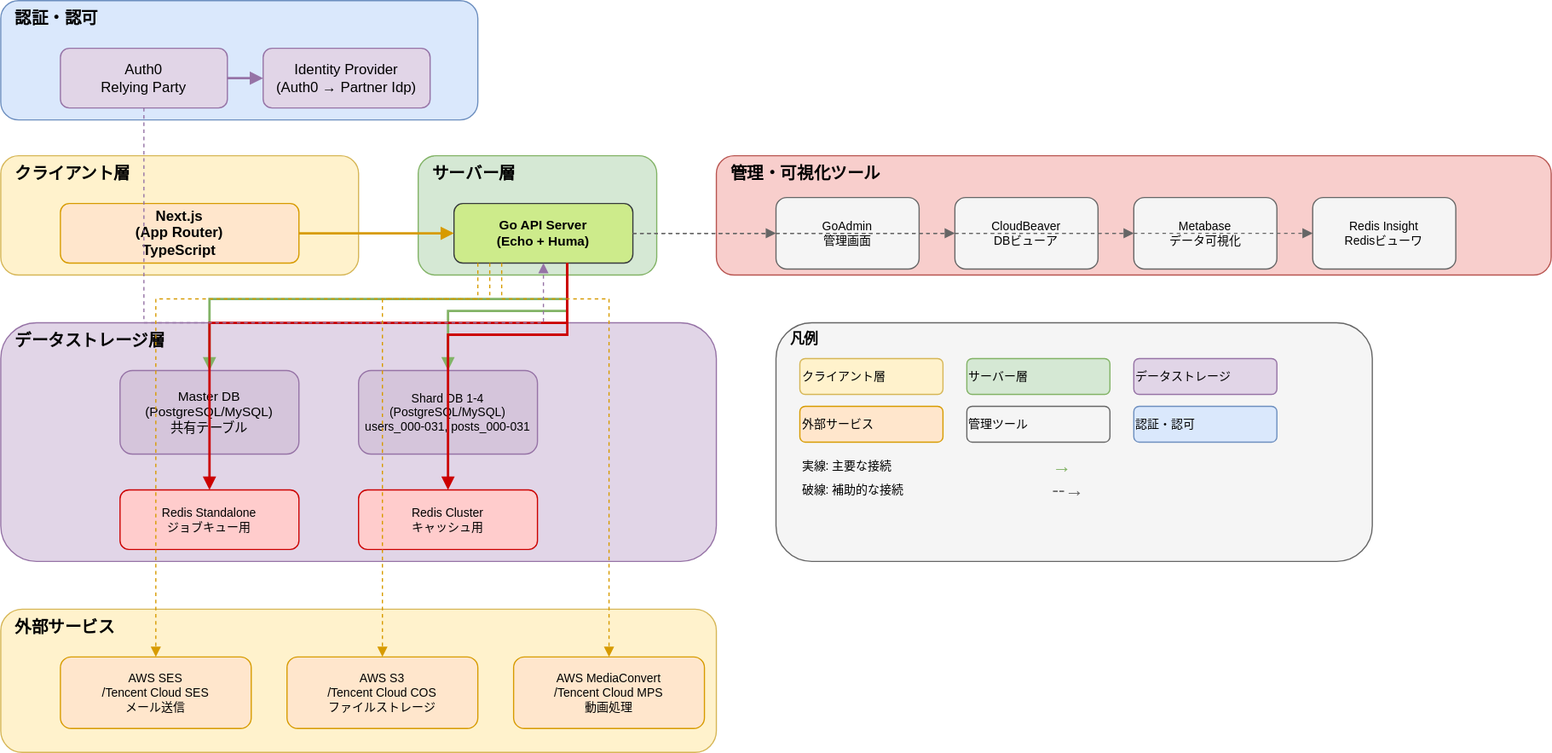
This is docs/System-Configuration.drawio.svg from taku-o/go-webdb-template, a draw.io export, as it was before one commit. Source tidied: cells renumbered, new cells last; positions are measured from the earlier drawing's top-left corner, leaving out a move shared by most shapes.
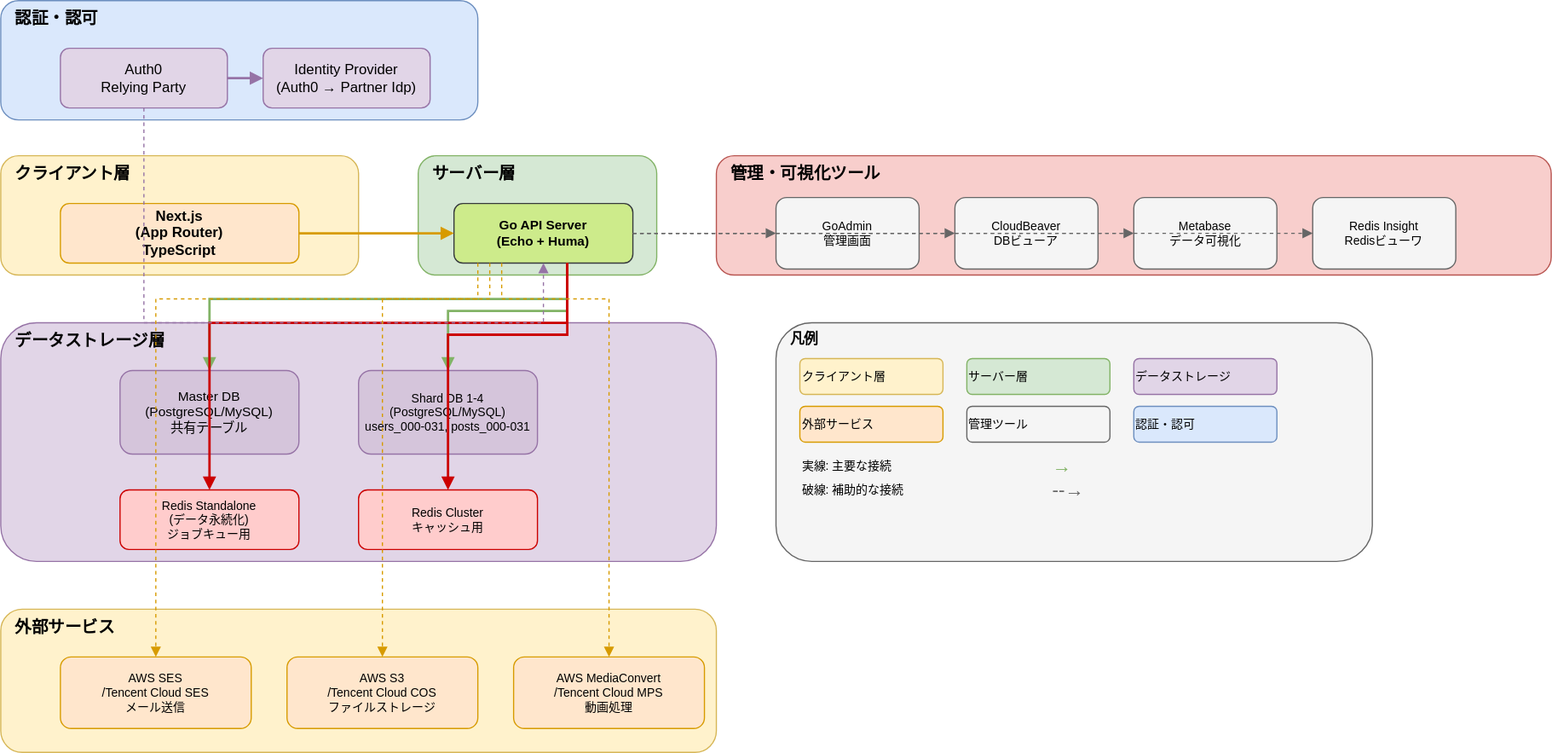
The same file after the commit.

What changed in the source:
```diff
@@ -65,7 +65,7 @@
     <mxCell id="22" value="Shard DB 1-4&lt;br&gt;(PostgreSQL/MySQL)&lt;br&gt;users_000-031, posts_000-031" style="rounded=1;whiteSpace=wrap;html=1;fillColor=#d5c5db;strokeColor=#9673a6;align=center;verticalAlign=middle;fontSize=10;" parent="1" vertex="1">
       <mxGeometry x="300" y="310" width="150" height="70" as="geometry" />
     </mxCell>
-    <mxCell id="23" value="Redis Standalone&#10;ジョブキュー用" style="rounded=1;whiteSpace=wrap;html=1;fillColor=#ffcccc;strokeColor=#cc0000;align=center;verticalAlign=middle;fontSize=10;" parent="1" vertex="1">
+    <mxCell id="23" value="Redis Standalone&lt;br&gt;(データ永続化)&lt;br&gt;ジョブキュー用" style="rounded=1;whiteSpace=wrap;html=1;fillColor=#ffcccc;strokeColor=#cc0000;align=center;verticalAlign=middle;fontSize=10;" parent="1" vertex="1">
       <mxGeometry x="100" y="410" width="150" height="50" as="geometry" />
     </mxCell>
     <mxCell id="24" value="Redis Cluster&lt;br&gt;キャッシュ用" style="rounded=1;whiteSpace=wrap;html=1;fillColor=#ffcccc;strokeColor=#cc0000;align=center;verticalAlign=middle;fontSize=10;" parent="1" vertex="1">
```
